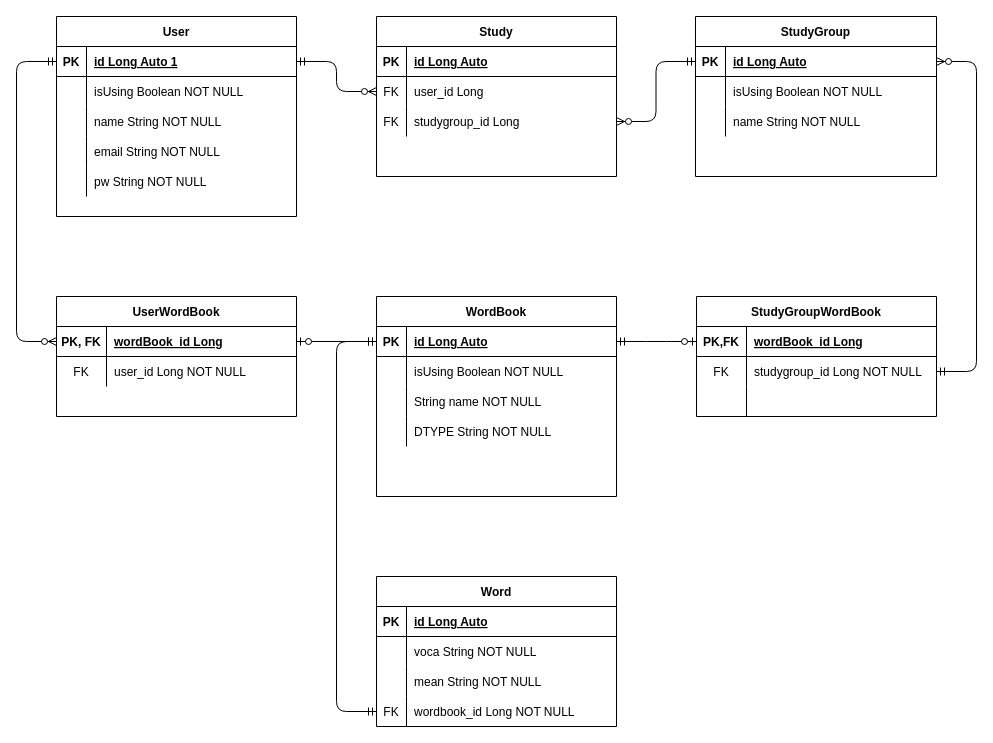
Earlier version of the draw.io diagram docs/ERD.drawio (lcy960729/wordbook-backend). Source tidied: cells renumbered, new cells numbered last; positions are measured from the earlier drawing's top-left corner, leaving out a move shared by most shapes. Both pictures are drawn from the tidied source at 100%, with x=0, y=0 at pixel (16, 16).
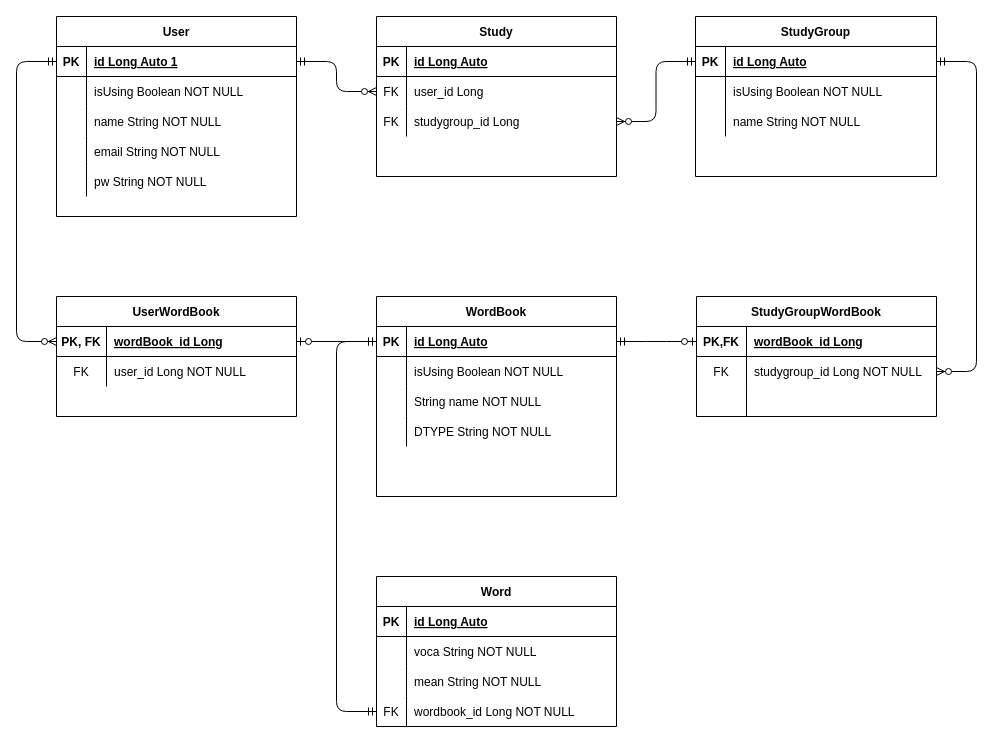
Above is the later version.

Unchanged cells that the change refers to:
```xml
<mxCell id="42" style="shape=partialRectangle;fillColor=none;points=[[0,0.5],[1,0.5]];portConstraint=eastwest;top=0;left=0;right=0;bottom=0;" parent="38" vertex="1">
  <mxGeometry y="60" width="240" height="30" as="geometry" />
</mxCell>
<mxCell id="59" style="shape=partialRectangle;fillColor=none;points=[[0,0.5],[1,0.5]];portConstraint=eastwest;top=0;left=0;right=0;bottom=1;" parent="58" vertex="1">
  <mxGeometry y="30" width="241" height="30" as="geometry" />
</mxCell>
```

Change to the diagram source:
```diff
@@
-    <mxCell id="87" style="edgeStyle=orthogonalEdgeStyle;fontSize=12;html=1;endArrow=ERzeroToMany;startArrow=ERmandOne;entryX=1;entryY=0.5;entryDx=0;entryDy=0;exitX=1;exitY=0.5;exitDx=0;exitDy=0;" parent="1" edge="1" source="42" target="59">
+    <mxCell id="87" style="edgeStyle=orthogonalEdgeStyle;fontSize=12;html=1;endArrow=ERzeroToMany;startArrow=ERmandOne;exitX=1;exitY=0.5;exitDx=0;exitDy=0;entryX=1;entryY=0.5;entryDx=0;entryDy=0;" parent="1" edge="1" source="59" target="42">
       <mxGeometry relative="1" as="geometry">
         <Array as="points">
+          <mxPoint x="960" y="45" />
           <mxPoint x="960" y="355" />
-          <mxPoint x="960" y="45" />
         </Array>
       </mxGeometry>
     </mxCell>
```
